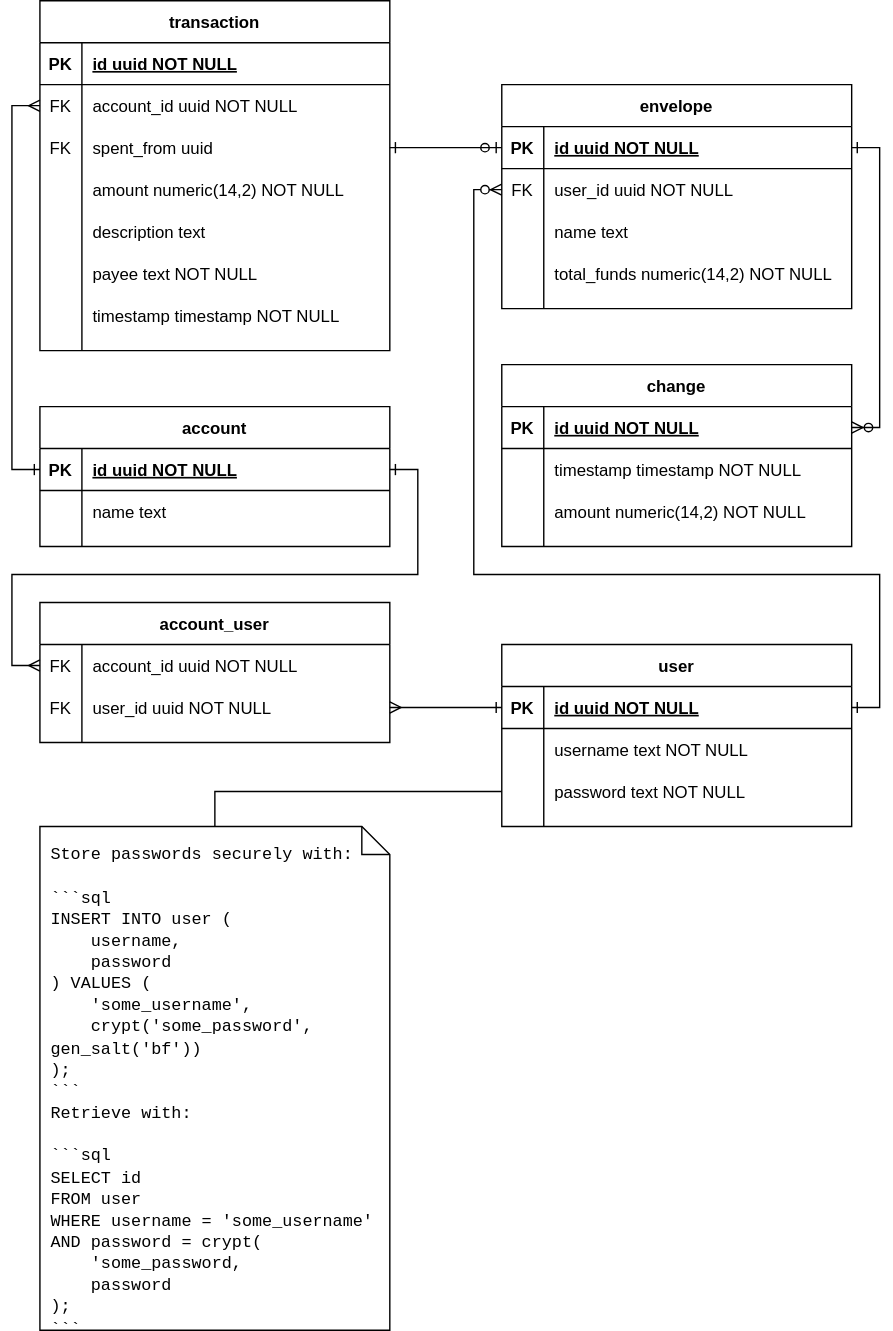
Before: data-er.svg, a diagram exported from draw.io (andrew-chang-dewitt/hoops-api). Source tidied: cells renumbered, new cells last; positions are measured from the earlier drawing's top-left corner, leaving out a move shared by most shapes.
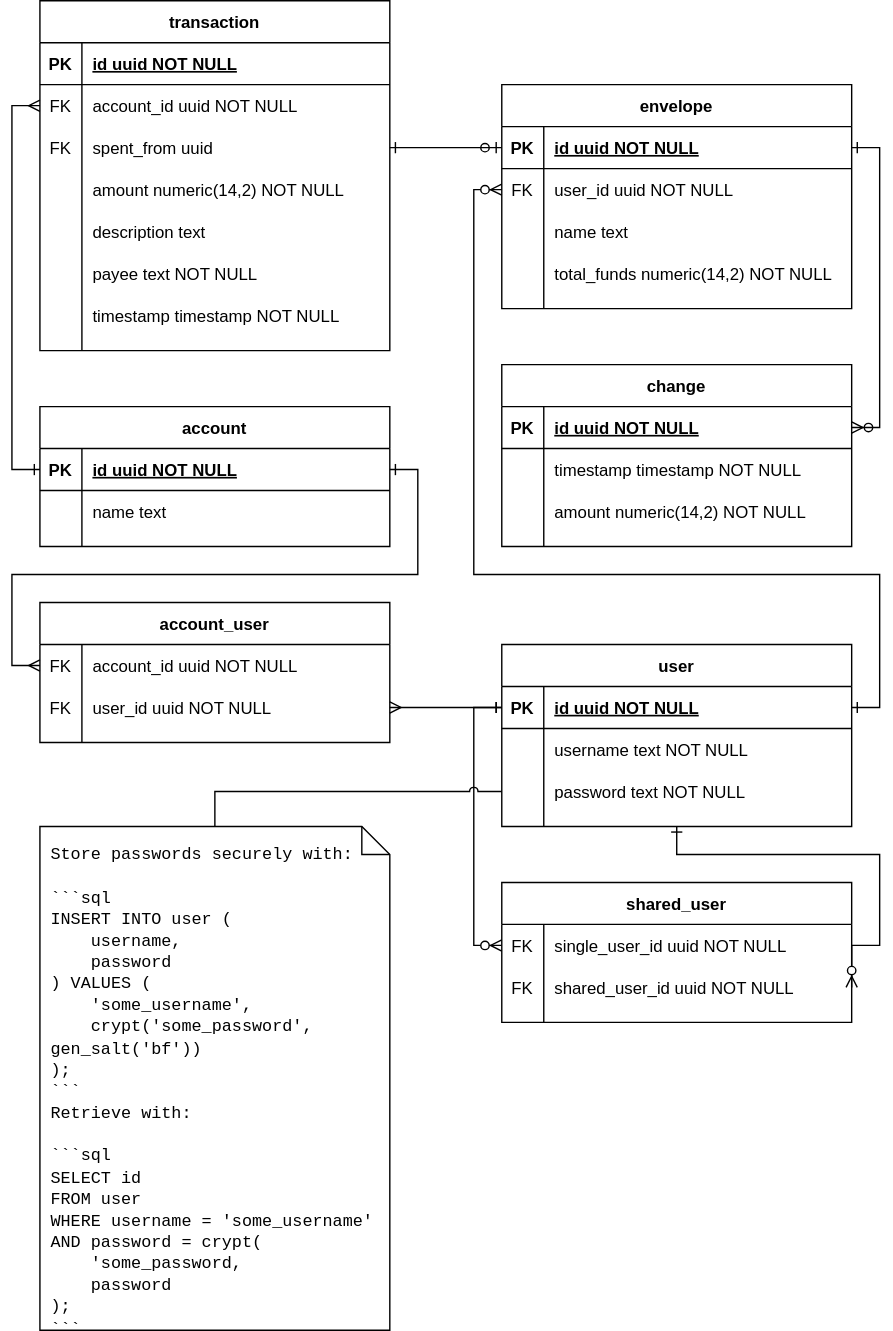
After the change.

Commit message:
Add shared user concept.

The edit, as a diff of the source:
````diff
@@ -241,6 +241,40 @@
         </Array>
       </mxGeometry>
     </mxCell>
+    <mxCell id="79" value="shared_user" style="shape=table;startSize=30;rowLines=0;fontStyle=1;align=center;fillColor=none;strokeColor=default;fontColor=default;" parent="1" vertex="1">
+      <mxGeometry x="350" y="630" width="250" height="100" as="geometry" />
+    </mxCell>
+    <mxCell id="80" style="shape=partialRectangle;fillColor=none;points=[[0,0.5],[1,0.5]];portConstraint=eastwest;top=0;left=0;right=0;bottom=0;strokeColor=default;fontColor=default;" parent="79" vertex="1">
+      <mxGeometry y="30" width="250" height="30" as="geometry" />
+    </mxCell>
+    <mxCell id="81" value="FK" style="shape=partialRectangle;overflow=hidden;fillColor=none;top=0;left=0;bottom=0;right=0;strokeColor=default;fontColor=default;" parent="80" vertex="1">
+      <mxGeometry width="30" height="30" as="geometry" />
+    </mxCell>
+    <mxCell id="82" value="single_user_id uuid NOT NULL" style="shape=partialRectangle;overflow=hidden;fillColor=none;top=0;left=0;bottom=0;right=0;align=left;spacingLeft=6;strokeColor=default;fontColor=default;" parent="80" vertex="1">
+      <mxGeometry x="30" width="220" height="30" as="geometry" />
+    </mxCell>
+    <mxCell id="83" style="shape=partialRectangle;fillColor=none;points=[[0,0.5],[1,0.5]];portConstraint=eastwest;top=0;left=0;right=0;bottom=0;strokeColor=default;fontColor=default;" parent="79" vertex="1">
+      <mxGeometry y="60" width="250" height="30" as="geometry" />
+    </mxCell>
+    <mxCell id="84" value="FK" style="shape=partialRectangle;overflow=hidden;fillColor=none;top=0;left=0;bottom=0;right=0;strokeColor=default;fontColor=default;" parent="83" vertex="1">
+      <mxGeometry width="30" height="30" as="geometry" />
+    </mxCell>
+    <mxCell id="85" value="shared_user_id uuid NOT NULL" style="shape=partialRectangle;overflow=hidden;fillColor=none;top=0;left=0;bottom=0;right=0;align=left;spacingLeft=6;strokeColor=default;fontColor=default;" parent="83" vertex="1">
+      <mxGeometry x="30" width="220" height="30" as="geometry" />
+    </mxCell>
+    <mxCell id="86" style="edgeStyle=orthogonalEdgeStyle;rounded=0;jettySize=auto;html=1;entryX=0;entryY=0.5;entryDx=0;entryDy=0;labelBackgroundColor=default;fontColor=default;startArrow=ERzeroToMany;startFill=1;endArrow=ERone;endFill=0;strokeColor=default;" parent="1" edge="1" source="80" target="40">
+      <mxGeometry relative="1" as="geometry" />
+    </mxCell>
+    <mxCell id="87" style="edgeStyle=orthogonalEdgeStyle;rounded=0;jettySize=auto;html=1;exitX=1;exitY=0.5;exitDx=0;exitDy=0;entryX=0.5;entryY=1;entryDx=0;entryDy=0;labelBackgroundColor=default;fontColor=default;startArrow=ERzeroToMany;startFill=1;endArrow=ERone;endFill=0;strokeColor=default;jumpStyle=arc;" parent="1" edge="1" source="83" target="39">
+      <mxGeometry relative="1" as="geometry">
+        <Array as="points">
+          <mxPoint x="600" y="675" />
+          <mxPoint x="620" y="675" />
+          <mxPoint x="620" y="610" />
+          <mxPoint x="475" y="610" />
+        </Array>
+      </mxGeometry>
+    </mxCell>
     <mxCell id="77" value="&lt;font face=&quot;Courier New&quot;&gt;Store passwords securely with:&lt;br&gt;&lt;br&gt;```sql&lt;br&gt;INSERT INTO user (&lt;br&gt;&amp;nbsp; &amp;nbsp; username, &lt;br&gt;&amp;nbsp; &amp;nbsp; password&lt;br&gt;)&amp;nbsp;VALUES (&lt;br&gt;&amp;nbsp; &amp;nbsp; 'some_username',&lt;br&gt;&amp;nbsp; &amp;nbsp; crypt('some_password', gen_salt('bf'))&lt;br&gt;);&lt;br&gt;```&lt;br&gt;Retrieve with:&lt;br&gt;&lt;br&gt;```sql&lt;br&gt;SELECT id&lt;br&gt;FROM user&lt;br&gt;WHERE username = 'some_username'&lt;br&gt;AND password = crypt(&lt;br&gt;&amp;nbsp; &amp;nbsp; 'some_password, &lt;br&gt;&amp;nbsp; &amp;nbsp; password&lt;br&gt;);&lt;br&gt;```&lt;/font&gt;" style="shape=note;size=20;whiteSpace=wrap;html=1;fontColor=default;strokeColor=default;fillColor=default;align=left;verticalAlign=top;perimeterSpacing=0;spacingTop=6;spacingLeft=6;spacingBottom=6;spacingRight=6;" parent="1" vertex="1">
       <mxGeometry x="20" y="590" width="250" height="360" as="geometry" />
     </mxCell>
````
